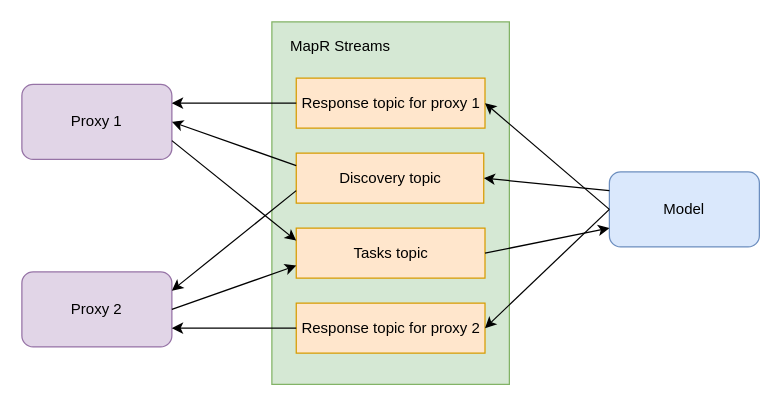
The draw.io diagram diagrams/MapRStreamsDiagram.drawio in adebesin/rendezvous, before the edit. Source tidied: cells renumbered, new cells numbered last; positions are measured from the earlier drawing's top-left corner, leaving out a move shared by most shapes. Both pictures are drawn from the tidied source at 125%, with x=0, y=0 at pixel (21, 21).
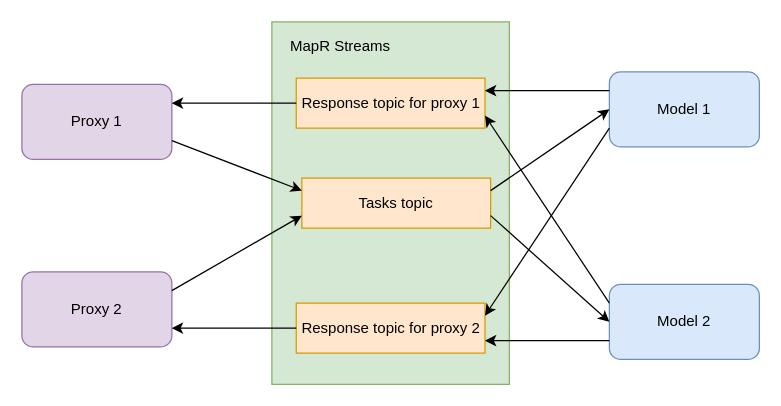
After the change.

The change refers to these unchanged cells:
```xml
<mxCell id="2" value="Proxy 1" style="rounded=1;whiteSpace=wrap;html=1;fillColor=#e1d5e7;strokeColor=#9673a6;" parent="1" vertex="1">
  <mxGeometry y="50" width="120" height="60" as="geometry" />
</mxCell>
<mxCell id="7" value="Proxy 2" style="rounded=1;whiteSpace=wrap;html=1;fillColor=#e1d5e7;strokeColor=#9673a6;" parent="1" vertex="1">
  <mxGeometry y="200" width="120" height="60" as="geometry" />
</mxCell>
<mxCell id="9" value="Response topic for proxy 1" style="rounded=0;whiteSpace=wrap;html=1;fillColor=#ffe6cc;strokeColor=#d79b00;" parent="1" vertex="1">
  <mxGeometry x="219.5" y="45" width="151" height="40" as="geometry" />
</mxCell>
<mxCell id="10" value="Response topic for proxy 2" style="rounded=0;whiteSpace=wrap;html=1;fillColor=#ffe6cc;strokeColor=#d79b00;" parent="1" vertex="1">
  <mxGeometry x="219.5" y="225" width="151" height="40" as="geometry" />
</mxCell>
```

Diff of the diagram source:
```diff
@@
-    <mxCell id="3" value="Model" style="rounded=1;whiteSpace=wrap;html=1;fillColor=#dae8fc;strokeColor=#6c8ebf;" parent="1" vertex="1">
-      <mxGeometry x="470" y="120" width="120" height="60" as="geometry" />
+    <mxCell id="3" value="Model 1" style="rounded=1;whiteSpace=wrap;html=1;fillColor=#dae8fc;strokeColor=#6c8ebf;" parent="1" vertex="1">
+      <mxGeometry x="470" y="40" width="120" height="60" as="geometry" />
     </mxCell>
@@
-    <mxCell id="5" value="Discovery topic" style="rounded=0;whiteSpace=wrap;html=1;fillColor=#ffe6cc;strokeColor=#d79b00;" parent="1" vertex="1">
-      <mxGeometry x="219.5" y="105" width="150" height="40" as="geometry" />
-    </mxCell>
@@
     <mxCell id="8" value="Tasks topic" style="rounded=0;whiteSpace=wrap;html=1;fillColor=#ffe6cc;strokeColor=#d79b00;" parent="1" vertex="1">
-      <mxGeometry x="219.5" y="165" width="151" height="40" as="geometry" />
+      <mxGeometry x="224" y="125" width="151" height="40" as="geometry" />
     </mxCell>
@@
-    <mxCell id="12" style="endArrow=classic;html=1;entryX=0;entryY=0.75;entryDx=0;entryDy=0;exitX=1;exitY=0.5;exitDx=0;exitDy=0;" parent="1" edge="1" source="7" target="8">
+    <mxCell id="12" style="endArrow=classic;html=1;entryX=0;entryY=0.75;entryDx=0;entryDy=0;exitX=1;exitY=0.25;exitDx=0;exitDy=0;" parent="1" edge="1" source="7" target="8">
       <mxGeometry relative="1" as="geometry" />
     </mxCell>
-    <mxCell id="13" style="endArrow=classic;html=1;entryX=1;entryY=0.25;entryDx=0;entryDy=0;exitX=0;exitY=0.75;exitDx=0;exitDy=0;" parent="1" edge="1" source="5" target="7">
-      <mxGeometry relative="1" as="geometry" />
-    </mxCell>
-    <mxCell id="14" style="endArrow=classic;html=1;exitX=0;exitY=0.25;exitDx=0;exitDy=0;entryX=1;entryY=0.5;entryDx=0;entryDy=0;" parent="1" edge="1" source="5" target="2">
-      <mxGeometry relative="1" as="geometry" />
-    </mxCell>
@@
-    <mxCell id="17" style="endArrow=classic;html=1;exitX=1;exitY=0.5;exitDx=0;exitDy=0;entryX=0;entryY=0.75;entryDx=0;entryDy=0;" parent="1" edge="1" source="8" target="3">
+    <mxCell id="17" style="endArrow=classic;html=1;exitX=1;exitY=0.25;exitDx=0;exitDy=0;entryX=0;entryY=0.5;entryDx=0;entryDy=0;" parent="1" edge="1" source="8" target="3">
       <mxGeometry relative="1" as="geometry" />
     </mxCell>
-    <mxCell id="18" style="endArrow=classic;html=1;exitX=0;exitY=0.5;exitDx=0;exitDy=0;entryX=1;entryY=0.5;entryDx=0;entryDy=0;" parent="1" edge="1" source="3" target="9">
+    <mxCell id="18" style="endArrow=classic;html=1;exitX=0;exitY=0.25;exitDx=0;exitDy=0;entryX=1;entryY=0.25;entryDx=0;entryDy=0;" parent="1" edge="1" source="3" target="9">
       <mxGeometry relative="1" as="geometry" />
     </mxCell>
-    <mxCell id="19" style="endArrow=classic;html=1;exitX=0;exitY=0.25;exitDx=0;exitDy=0;entryX=1;entryY=0.5;entryDx=0;entryDy=0;" parent="1" edge="1" source="3" target="5">
-      <mxGeometry relative="1" as="geometry" />
-    </mxCell>
-    <mxCell id="20" style="endArrow=classic;html=1;exitX=0;exitY=0.5;exitDx=0;exitDy=0;entryX=1;entryY=0.5;entryDx=0;entryDy=0;" parent="1" edge="1" source="3" target="10">
+    <mxCell id="20" style="endArrow=classic;html=1;entryX=1;entryY=0.25;entryDx=0;entryDy=0;exitX=0;exitY=0.75;exitDx=0;exitDy=0;" parent="1" edge="1" source="3" target="10">
       <mxGeometry relative="1" as="geometry" />
     </mxCell>
+    <mxCell id="21" value="Model 2" style="rounded=1;whiteSpace=wrap;html=1;fillColor=#dae8fc;strokeColor=#6c8ebf;" parent="1" vertex="1">
+      <mxGeometry x="470" y="210" width="120" height="60" as="geometry" />
+    </mxCell>
+    <mxCell id="22" style="endArrow=classic;html=1;exitX=1;exitY=0.75;exitDx=0;exitDy=0;entryX=0;entryY=0.5;entryDx=0;entryDy=0;" parent="1" edge="1" source="8" target="21">
+      <mxGeometry relative="1" as="geometry" />
+    </mxCell>
+    <mxCell id="23" style="endArrow=classic;html=1;entryX=1;entryY=0.75;entryDx=0;entryDy=0;exitX=0;exitY=0.25;exitDx=0;exitDy=0;" parent="1" edge="1" source="21" target="9">
+      <mxGeometry relative="1" as="geometry" />
+    </mxCell>
+    <mxCell id="24" style="endArrow=classic;html=1;exitX=0;exitY=0.75;exitDx=0;exitDy=0;entryX=1;entryY=0.75;entryDx=0;entryDy=0;" parent="1" edge="1" source="21" target="10">
+      <mxGeometry relative="1" as="geometry" />
+    </mxCell>
```
